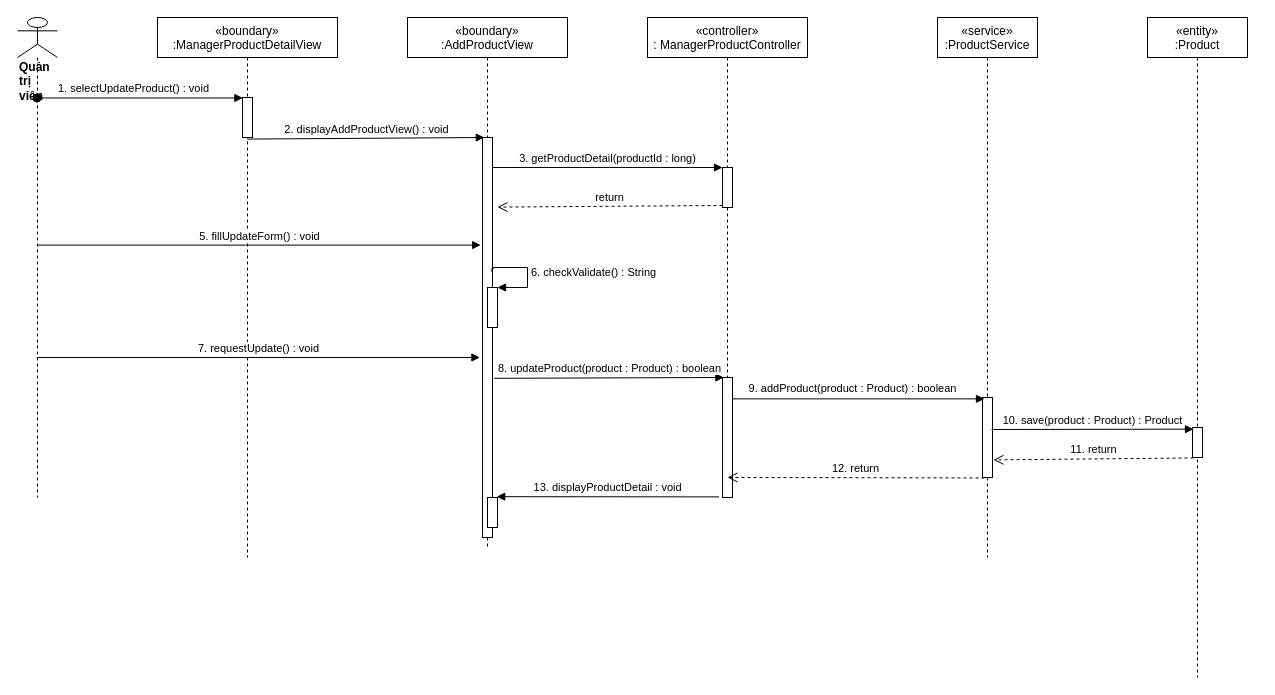
Above: sequence diagram/update-oldProduct-manager-sequence.drawio in nguyenphamvan/datn_20202 (draw.io), before the change. Source tidied: cells renumbered, new cells numbered last; positions are measured from the earlier drawing's top-left corner, leaving out a move shared by most shapes. Both pictures are drawn from the tidied source at 100%, with x=0, y=0 at pixel (17, 17).
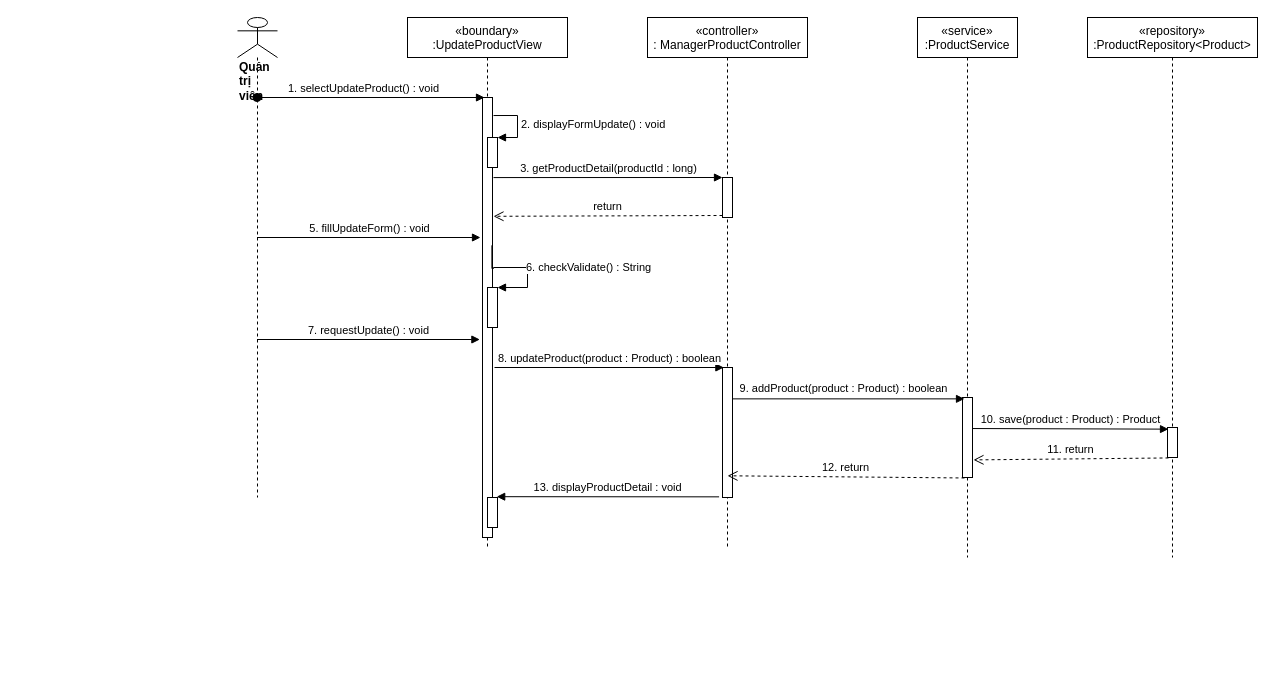
The same page after the edit.

Unchanged cells that the change refers to:
```xml
<mxCell id="12" style="points=[];perimeter=orthogonalPerimeter;rounded=0;shadow=0;strokeWidth=1;" parent="11" vertex="1">
  <mxGeometry x="45" y="380" width="10" height="80" as="geometry" />
</mxCell>
```

Change to the diagram source:
```diff
@@
-    <mxCell id="2" value="«boundary»&#10;:AddProductView" style="shape=umlLifeline;perimeter=lifelinePerimeter;rounded=0;shadow=0;strokeWidth=1;" parent="1" vertex="1">
+    <mxCell id="2" value="«boundary»&#10;:UpdateProductView" style="shape=umlLifeline;perimeter=lifelinePerimeter;rounded=0;shadow=0;strokeWidth=1;" parent="1" vertex="1">
       <mxGeometry x="390" width="160" height="530" as="geometry" />
     </mxCell>
     <mxCell id="3" style="points=[];perimeter=orthogonalPerimeter;rounded=0;shadow=0;strokeWidth=1;" parent="2" vertex="1">
-      <mxGeometry x="75" y="120" width="10" height="400" as="geometry" />
+      <mxGeometry x="75" y="80" width="10" height="440" as="geometry" />
     </mxCell>
@@
     <mxCell id="6" value="«controller»&#10;: ManagerProductController" style="shape=umlLifeline;perimeter=lifelinePerimeter;rounded=0;shadow=0;strokeWidth=1;" parent="1" vertex="1">
-      <mxGeometry x="630" width="160" height="480" as="geometry" />
+      <mxGeometry x="630" width="160" height="530" as="geometry" />
     </mxCell>
     <mxCell id="7" style="html=1;points=[];perimeter=orthogonalPerimeter;" parent="6" vertex="1">
-      <mxGeometry x="75" y="150" width="10" height="40" as="geometry" />
+      <mxGeometry x="75" y="160" width="10" height="40" as="geometry" />
     </mxCell>
     <mxCell id="8" style="points=[];perimeter=orthogonalPerimeter;rounded=0;shadow=0;strokeWidth=1;" parent="6" vertex="1">
-      <mxGeometry x="75" y="360" width="10" height="120" as="geometry" />
+      <mxGeometry x="75" y="350" width="10" height="130" as="geometry" />
     </mxCell>
     <mxCell id="9" value="&lt;div&gt;&lt;b&gt;Quản trị viên&lt;/b&gt;&lt;/div&gt;" style="shape=umlLifeline;participant=umlActor;perimeter=lifelinePerimeter;whiteSpace=wrap;html=1;verticalAlign=top;spacingTop=36;outlineConnect=0;align=left;size=40;" parent="1" vertex="1">
-      <mxGeometry width="40" height="480" as="geometry" />
+      <mxGeometry x="220" width="40" height="480" as="geometry" />
     </mxCell>
-    <mxCell id="10" value="1. selectUpdateProduct() : void" style="verticalAlign=bottom;startArrow=oval;endArrow=block;startSize=8;shadow=0;strokeWidth=1;entryX=0.04;entryY=0.012;entryDx=0;entryDy=0;entryPerimeter=0;" parent="1" edge="1" source="9" target="22">
+    <mxCell id="10" value="1. selectUpdateProduct() : void" style="verticalAlign=bottom;startArrow=oval;endArrow=block;startSize=8;shadow=0;strokeWidth=1;entryX=0.2;entryY=0;entryDx=0;entryDy=0;entryPerimeter=0;" parent="1" edge="1" source="9" target="3">
       <mxGeometry x="-0.06" relative="1" as="geometry" />
     </mxCell>
     <mxCell id="11" value="«service»&#10;:ProductService" style="shape=umlLifeline;perimeter=lifelinePerimeter;rounded=0;shadow=0;strokeWidth=1;" parent="1" vertex="1">
-      <mxGeometry x="920" width="100" height="540" as="geometry" />
+      <mxGeometry x="900" width="100" height="540" as="geometry" />
     </mxCell>
@@
-    <mxCell id="17" value="«entity»&#10;:Product" style="shape=umlLifeline;perimeter=lifelinePerimeter;rounded=0;shadow=0;strokeWidth=1;" parent="1" vertex="1">
-      <mxGeometry x="1130" width="100" height="660" as="geometry" />
+    <mxCell id="17" value="«repository»&#10;:ProductRepository&lt;Product&gt;" style="shape=umlLifeline;perimeter=lifelinePerimeter;rounded=0;shadow=0;strokeWidth=1;" parent="1" vertex="1">
+      <mxGeometry x="1070" width="170" height="540" as="geometry" />
     </mxCell>
     <mxCell id="18" style="points=[];perimeter=orthogonalPerimeter;rounded=0;shadow=0;strokeWidth=1;" parent="17" vertex="1">
-      <mxGeometry x="45" y="410" width="10" height="30" as="geometry" />
+      <mxGeometry x="80" y="410" width="10" height="30" as="geometry" />
     </mxCell>
-    <mxCell id="19" value="10. save(product : Product) : Product" style="html=1;verticalAlign=bottom;endArrow=block;entryX=0.1;entryY=0.055;entryDx=0;entryDy=0;entryPerimeter=0;" parent="1" edge="1" target="18">
-      <mxGeometry relative="1" as="geometry">
-        <mxPoint x="974" y="412" as="sourcePoint" />
-      </mxGeometry>
+    <mxCell id="19" value="10. save(product : Product) : Product" style="html=1;verticalAlign=bottom;endArrow=block;entryX=0.1;entryY=0.055;entryDx=0;entryDy=0;entryPerimeter=0;exitX=1;exitY=0.388;exitDx=0;exitDy=0;exitPerimeter=0;" parent="1" edge="1" source="12" target="18">
+      <mxGeometry relative="1" as="geometry" />
     </mxCell>
@@
-    <mxCell id="21" value="«boundary»&#10;:ManagerProductDetailView" style="shape=umlLifeline;perimeter=lifelinePerimeter;rounded=0;shadow=0;strokeWidth=1;" parent="1" vertex="1">
-      <mxGeometry x="140" width="180" height="540" as="geometry" />
-    </mxCell>
-    <mxCell id="22" style="points=[];perimeter=orthogonalPerimeter;rounded=0;shadow=0;strokeWidth=1;" parent="21" vertex="1">
-      <mxGeometry x="85" y="80" width="10" height="40" as="geometry" />
-    </mxCell>
-    <mxCell id="23" value="2. displayAddProductView() : void" style="html=1;verticalAlign=bottom;endArrow=block;entryX=0.18;entryY=0;entryDx=0;entryDy=0;entryPerimeter=0;exitX=0.48;exitY=1.04;exitDx=0;exitDy=0;exitPerimeter=0;" parent="1" edge="1" source="22" target="3">
-      <mxGeometry relative="1" as="geometry" />
-    </mxCell>
-    <mxCell id="24" value="5. fillUpdateForm() : void" style="html=1;verticalAlign=bottom;endArrow=block;entryX=-0.18;entryY=0.269;entryDx=0;entryDy=0;entryPerimeter=0;" parent="1" edge="1" source="9" target="3">
-      <mxGeometry relative="1" as="geometry" />
+    <mxCell id="24" value="5. fillUpdateForm() : void" style="html=1;verticalAlign=bottom;endArrow=block;" parent="1" edge="1" source="9">
+      <mxGeometry relative="1" as="geometry">
+        <mxPoint x="463" y="220" as="targetPoint" />
+      </mxGeometry>
     </mxCell>
-    <mxCell id="25" value="8. updateProduct(product : Product) : boolean" style="html=1;verticalAlign=bottom;endArrow=block;entryX=0.14;entryY=0;entryDx=0;entryDy=0;entryPerimeter=0;exitX=1.18;exitY=0.602;exitDx=0;exitDy=0;exitPerimeter=0;" parent="1" edge="1" source="3" target="8">
-      <mxGeometry relative="1" as="geometry" />
+    <mxCell id="25" value="8. updateProduct(product : Product) : boolean" style="html=1;verticalAlign=bottom;endArrow=block;entryX=0.14;entryY=0;entryDx=0;entryDy=0;entryPerimeter=0;" parent="1" edge="1" target="8">
+      <mxGeometry relative="1" as="geometry">
+        <mxPoint x="477" y="350" as="sourcePoint" />
+      </mxGeometry>
     </mxCell>
@@
-    <mxCell id="27" value="3. getProductDetail(productId : long)" style="html=1;verticalAlign=bottom;endArrow=block;entryX=0;entryY=0;" parent="1" edge="1" source="3" target="7">
+    <mxCell id="27" value="3. getProductDetail(productId : long)" style="html=1;verticalAlign=bottom;endArrow=block;entryX=0;entryY=0;exitX=1.1;exitY=0.182;exitDx=0;exitDy=0;exitPerimeter=0;" parent="1" edge="1" source="3" target="7">
       <mxGeometry relative="1" as="geometry" />
     </mxCell>
-    <mxCell id="28" value="return" style="html=1;verticalAlign=bottom;endArrow=open;dashed=1;endSize=8;exitX=0;exitY=0.95;entryX=1.5;entryY=0.174;entryDx=0;entryDy=0;entryPerimeter=0;" parent="1" edge="1" source="7" target="3">
+    <mxCell id="28" value="return" style="html=1;verticalAlign=bottom;endArrow=open;dashed=1;endSize=8;exitX=0;exitY=0.95;entryX=1.1;entryY=0.27;entryDx=0;entryDy=0;entryPerimeter=0;" parent="1" edge="1" source="7" target="3">
       <mxGeometry relative="1" as="geometry" />
     </mxCell>
@@
+    <mxCell id="30" style="html=1;points=[];perimeter=orthogonalPerimeter;" parent="1" vertex="1">
+      <mxGeometry x="470" y="120" width="10" height="30" as="geometry" />
+    </mxCell>
+    <mxCell id="31" value="2. displayFormUpdate() : void" style="edgeStyle=orthogonalEdgeStyle;html=1;align=left;spacingLeft=2;endArrow=block;rounded=0;entryX=1;entryY=0;exitX=1.1;exitY=0.041;exitDx=0;exitDy=0;exitPerimeter=0;" parent="1" edge="1" source="3" target="30">
+      <mxGeometry relative="1" as="geometry">
+        <Array as="points">
+          <mxPoint x="500" y="98" />
+          <mxPoint x="500" y="120" />
+        </Array>
+      </mxGeometry>
+    </mxCell>
```
